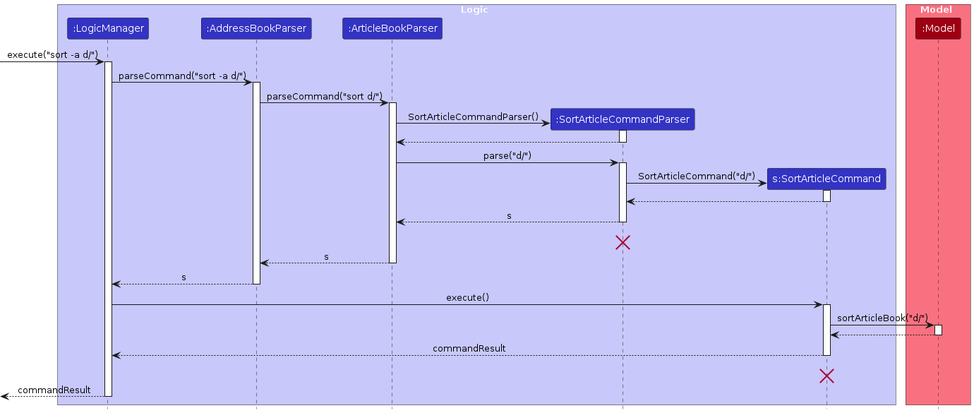
Earlier version of the PlantUML export diagrams/SortArticlesSequenceDiagram-Logic.png (AY2324S2-CS2103T-F12-2/tp). Its source is kept beside it as diagrams/SortArticlesSequenceDiagram-Logic.puml. Its diagram source:
```plantuml
@startuml
!include style.puml
skinparam ArrowFontStyle plain

box Logic LOGIC_COLOR_T1
participant ":LogicManager" as LogicManager LOGIC_COLOR
participant ":AddressBookParser" as AddressBookParser LOGIC_COLOR
participant ":ArticleBookParser" as ArticleBookParser LOGIC_COLOR
participant ":SortArticleCommandParser" as SortArticleCommandParser LOGIC_COLOR
participant "s:SortArticleCommand" as SortArticleCommand LOGIC_COLOR
end box

box Model MODEL_COLOR_T1
participant ":Model" as Model MODEL_COLOR
end box
[-> LogicManager : execute("sort -a d/")
activate LogicManager

LogicManager -> AddressBookParser : parseCommand("sort -a d/")
activate AddressBookParser

AddressBookParser -> ArticleBookParser : parseCommand("sort d/")
activate ArticleBookParser

create SortArticleCommandParser
ArticleBookParser -> SortArticleCommandParser : SortArticleCommandParser()
activate SortArticleCommandParser

SortArticleCommandParser --> ArticleBookParser
deactivate SortArticleCommandParser

ArticleBookParser -> SortArticleCommandParser : parse("d/")
activate SortArticleCommandParser

create SortArticleCommand
SortArticleCommandParser -> SortArticleCommand : SortArticleCommand("d/")
activate SortArticleCommand

SortArticleCommand --> SortArticleCommandParser
deactivate SortArticleCommand

SortArticleCommandParser --> ArticleBookParser : s
deactivate SortArticleCommandParser
SortArticleCommandParser -[hidden]-> AddressBookParser : s
destroy SortArticleCommandParser

ArticleBookParser --> AddressBookParser : s
deactivate ArticleBookParser

AddressBookParser --> LogicManager : s
deactivate AddressBookParser

LogicManager -> SortArticleCommand : execute()
activate SortArticleCommand

SortArticleCommand -> Model : sortArticleBook("d/")
activate Model

Model --> SortArticleCommand
deactivate Model

SortArticleCommand --> LogicManager : commandResult
deactivate SortArticleCommand
SortArticleCommand -[hidden]-> LogicManager : commandResult
destroy SortArticleCommand

[<--LogicManager : commandResult
deactivate LogicManager
@enduml
```
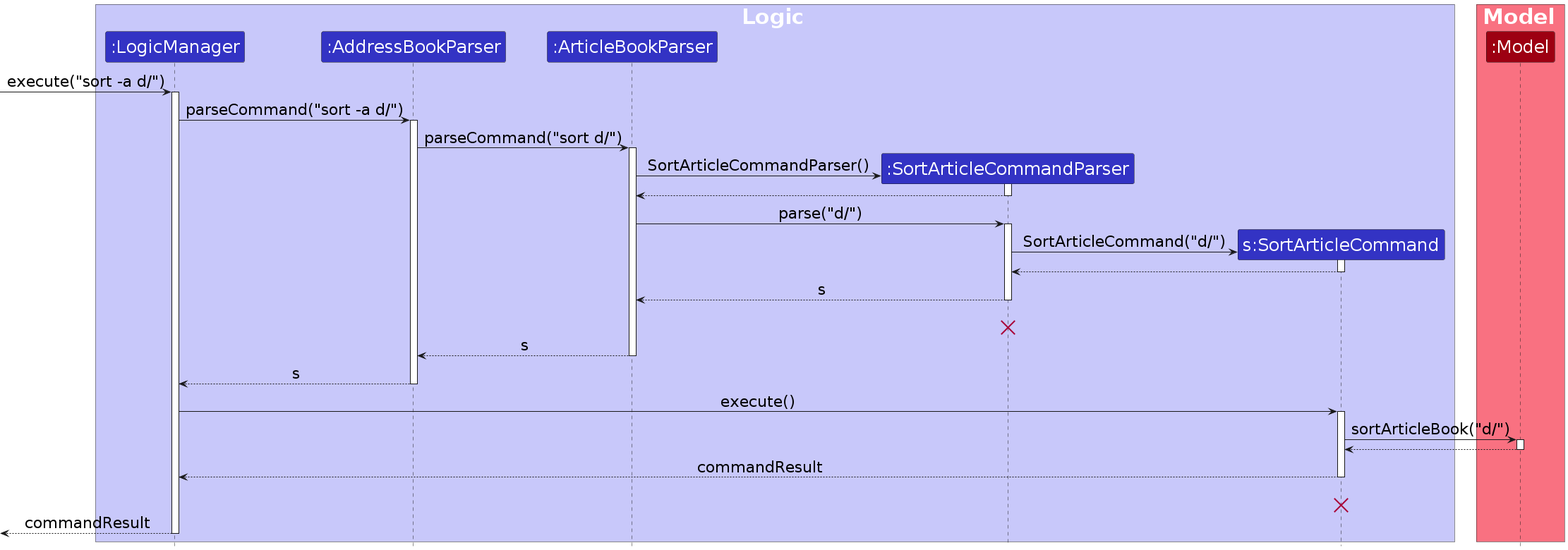
After the change.

Diff of the diagram source:
```diff
@@ -1,8 +1,9 @@
 @startuml
-!include style.puml
+!include style2.puml
 skinparam ArrowFontStyle plain
 
-box Logic LOGIC_COLOR_T1
+
+box <size:30>Logic</size> LOGIC_COLOR_T1
 participant ":LogicManager" as LogicManager LOGIC_COLOR
 participant ":AddressBookParser" as AddressBookParser LOGIC_COLOR
 participant ":ArticleBookParser" as ArticleBookParser LOGIC_COLOR
@@ -10,60 +11,60 @@
 participant "s:SortArticleCommand" as SortArticleCommand LOGIC_COLOR
 end box
 
-box Model MODEL_COLOR_T1
+box <size:30>Model</size> MODEL_COLOR_T1
 participant ":Model" as Model MODEL_COLOR
 end box
-[-> LogicManager : execute("sort -a d/")
+[-> LogicManager : <size:22>execute("sort -a d/")</size>
 activate LogicManager
 
-LogicManager -> AddressBookParser : parseCommand("sort -a d/")
+LogicManager -> AddressBookParser : <size:22>parseCommand("sort -a d/")</size>
 activate AddressBookParser
 
-AddressBookParser -> ArticleBookParser : parseCommand("sort d/")
+AddressBookParser -> ArticleBookParser : <size:22>parseCommand("sort d/")</size>
 activate ArticleBookParser
 
 create SortArticleCommandParser
-ArticleBookParser -> SortArticleCommandParser : SortArticleCommandParser()
+ArticleBookParser -> SortArticleCommandParser : <size:22>SortArticleCommandParser()</size>
 activate SortArticleCommandParser
 
 SortArticleCommandParser --> ArticleBookParser
 deactivate SortArticleCommandParser
 
-ArticleBookParser -> SortArticleCommandParser : parse("d/")
+ArticleBookParser -> SortArticleCommandParser : <size:22>parse("d/")</size>
 activate SortArticleCommandParser
 
 create SortArticleCommand
-SortArticleCommandParser -> SortArticleCommand : SortArticleCommand("d/")
+SortArticleCommandParser -> SortArticleCommand : <size:22>SortArticleCommand("d/")</size>
 activate SortArticleCommand
 
 SortArticleCommand --> SortArticleCommandParser
 deactivate SortArticleCommand
 
-SortArticleCommandParser --> ArticleBookParser : s
+SortArticleCommandParser --> ArticleBookParser : <size:22>s</size>
 deactivate SortArticleCommandParser
-SortArticleCommandParser -[hidden]-> AddressBookParser : s
+SortArticleCommandParser -[hidden]-> AddressBookParser : <size:22>s</size>
 destroy SortArticleCommandParser
 
-ArticleBookParser --> AddressBookParser : s
+ArticleBookParser --> AddressBookParser : <size:22>s</size>
 deactivate ArticleBookParser
 
-AddressBookParser --> LogicManager : s
+AddressBookParser --> LogicManager : <size:22>s</size>
 deactivate AddressBookParser
 
-LogicManager -> SortArticleCommand : execute()
+LogicManager -> SortArticleCommand : <size:22>execute()</size>
 activate SortArticleCommand
 
-SortArticleCommand -> Model : sortArticleBook("d/")
+SortArticleCommand -> Model : <size:22>sortArticleBook("d/")</size>
 activate Model
 
 Model --> SortArticleCommand
 deactivate Model
 
-SortArticleCommand --> LogicManager : commandResult
+SortArticleCommand --> LogicManager : <size:22>commandResult</size>
 deactivate SortArticleCommand
-SortArticleCommand -[hidden]-> LogicManager : commandResult
+SortArticleCommand -[hidden]-> LogicManager : <size:22>commandResult</size>
 destroy SortArticleCommand
 
-[<--LogicManager : commandResult
+[<--LogicManager : <size:22>commandResult</size>
 deactivate LogicManager
 @enduml
```
